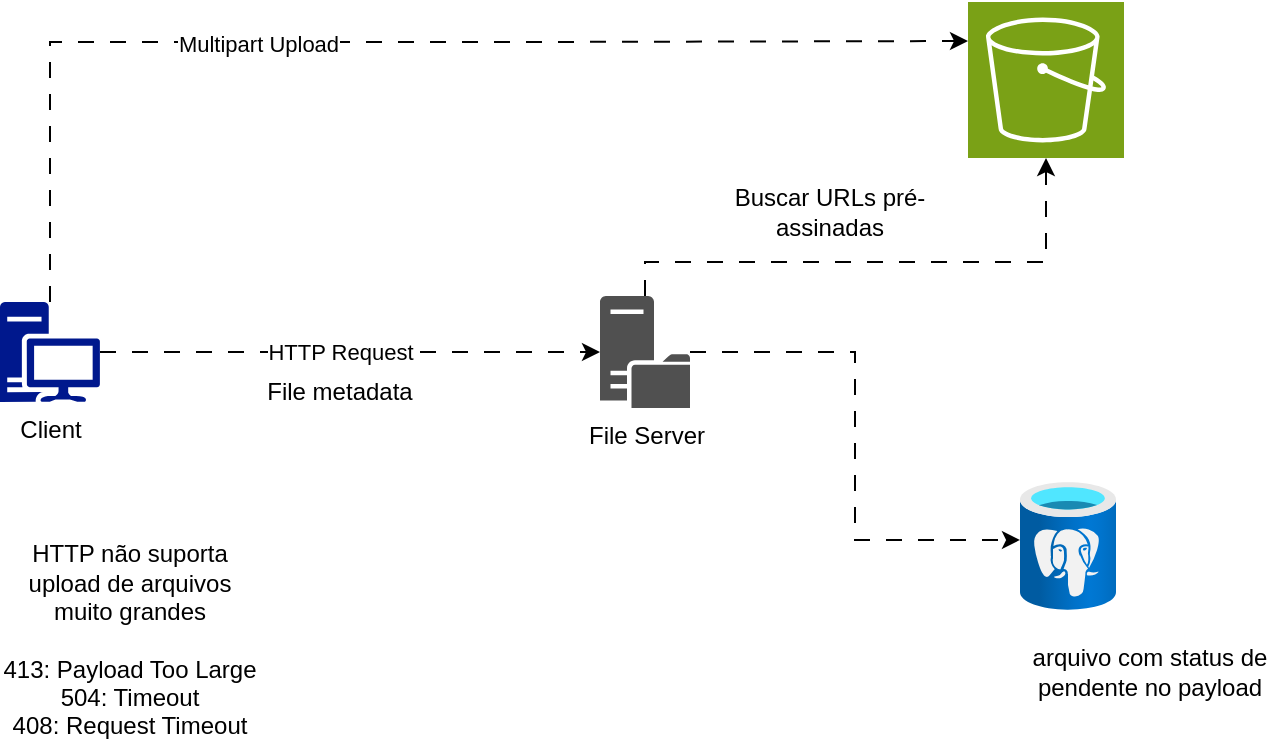
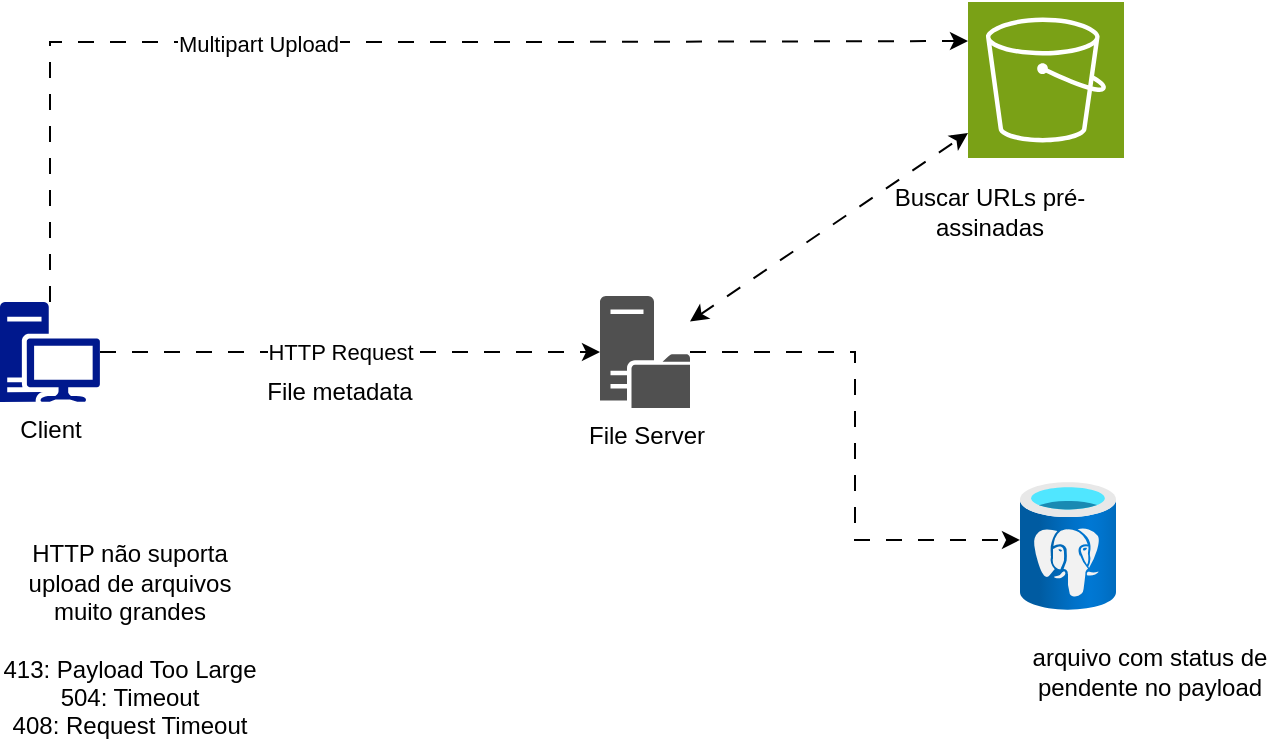
<mxfile host="app.diagrams.net">
  <diagram name="Página-1" id="4D3M8B96T3K3ZtQU1b3x">
    <mxGraphModel dx="1601" dy="1679" grid="1" gridSize="10" guides="1" tooltips="1" connect="1" arrows="1" fold="1" page="1" pageScale="1" pageWidth="827" pageHeight="1169" math="0" shadow="0">
      <root>
        <mxCell id="0" />
        <mxCell id="1" parent="0" />
        <mxCell id="fk9SJw6ftsK7bPstpn4Y-3" edge="1" parent="1" source="fk9SJw6ftsK7bPstpn4Y-1" style="edgeStyle=orthogonalEdgeStyle;rounded=0;orthogonalLoop=1;jettySize=auto;html=1;dashed=1;dashPattern=8 8;" target="fk9SJw6ftsK7bPstpn4Y-2">
          <mxGeometry relative="1" as="geometry" />
        </mxCell>
        <mxCell id="fk9SJw6ftsK7bPstpn4Y-6" connectable="0" parent="fk9SJw6ftsK7bPstpn4Y-3" style="edgeLabel;html=1;align=center;verticalAlign=middle;resizable=0;points=[];" value="HTTP Request" vertex="1">
          <mxGeometry relative="1" x="-0.288" as="geometry">
            <mxPoint x="31" as="offset" />
          </mxGeometry>
        </mxCell>
        <mxCell id="fk9SJw6ftsK7bPstpn4Y-1" parent="1" style="sketch=0;aspect=fixed;pointerEvents=1;shadow=0;dashed=0;html=1;strokeColor=none;labelPosition=center;verticalLabelPosition=bottom;verticalAlign=top;align=center;fillColor=#00188D;shape=mxgraph.mscae.enterprise.workstation_client" value="Client" vertex="1">
          <mxGeometry height="50" width="50" x="-70" y="90" as="geometry" />
-         </mxCell>
-         <mxCell id="fk9SJw6ftsK7bPstpn4Y-5" edge="1" parent="1" source="fk9SJw6ftsK7bPstpn4Y-2" style="edgeStyle=orthogonalEdgeStyle;rounded=0;orthogonalLoop=1;jettySize=auto;html=1;dashed=1;dashPattern=8 8;" target="fk9SJw6ftsK7bPstpn4Y-4">
-           <mxGeometry relative="1" as="geometry">
-             <Array as="points">
-               <mxPoint x="253" y="70" />
-               <mxPoint x="453" y="70" />
-             </Array>
-           </mxGeometry>
        </mxCell>
        <mxCell id="fk9SJw6ftsK7bPstpn4Y-2" parent="1" style="sketch=0;pointerEvents=1;shadow=0;dashed=0;html=1;strokeColor=none;fillColor=#505050;labelPosition=center;verticalLabelPosition=bottom;verticalAlign=top;outlineConnect=0;align=center;shape=mxgraph.office.servers.file_server;" value="File Server" vertex="1">
          <mxGeometry height="56" width="45" x="230" y="87" as="geometry" />
        </mxCell>
        <mxCell id="fk9SJw6ftsK7bPstpn4Y-4" parent="1" style="sketch=0;points=[[0,0,0],[0.25,0,0],[0.5,0,0],[0.75,0,0],[1,0,0],[0,1,0],[0.25,1,0],[0.5,1,0],[0.75,1,0],[1,1,0],[0,0.25,0],[0,0.5,0],[0,0.75,0],[1,0.25,0],[1,0.5,0],[1,0.75,0]];outlineConnect=0;fontColor=#232F3E;fillColor=#7AA116;strokeColor=#ffffff;dashed=0;verticalLabelPosition=bottom;verticalAlign=top;align=center;html=1;fontSize=12;fontStyle=0;aspect=fixed;shape=mxgraph.aws4.resourceIcon;resIcon=mxgraph.aws4.s3;" value="" vertex="1">
          <mxGeometry height="78" width="78" x="414" y="-60" as="geometry" />
        </mxCell>
        <mxCell id="fk9SJw6ftsK7bPstpn4Y-7" parent="1" style="image;aspect=fixed;html=1;points=[];align=center;fontSize=12;image=img/lib/azure2/databases/Azure_Database_PostgreSQL_Server.svg;" value="" vertex="1">
          <mxGeometry height="64" width="48" x="440" y="180" as="geometry" />
        </mxCell>
        <mxCell id="fk9SJw6ftsK7bPstpn4Y-8" edge="1" parent="1" source="fk9SJw6ftsK7bPstpn4Y-2" style="edgeStyle=orthogonalEdgeStyle;rounded=0;orthogonalLoop=1;jettySize=auto;html=1;entryX=0;entryY=0.453;entryDx=0;entryDy=0;entryPerimeter=0;dashed=1;dashPattern=8 8;" target="fk9SJw6ftsK7bPstpn4Y-7">
          <mxGeometry relative="1" as="geometry" />
        </mxCell>
        <mxCell id="fk9SJw6ftsK7bPstpn4Y-13" parent="1" style="text;html=1;whiteSpace=wrap;strokeColor=none;fillColor=none;align=center;verticalAlign=middle;rounded=0;" value="HTTP não suporta upload de arquivos muito grandes&lt;div&gt;&lt;br&gt;&lt;/div&gt;&lt;div&gt;413: Payload Too Large&lt;div&gt;504: Timeout&lt;/div&gt;&lt;div&gt;408: Request Timeout&lt;/div&gt;&lt;/div&gt;" vertex="1">
          <mxGeometry height="30" width="130" x="-70" y="244" as="geometry" />
        </mxCell>
        <mxCell id="h8KboTeERqfswfNuPOU6-1" edge="1" parent="1" source="fk9SJw6ftsK7bPstpn4Y-1" style="edgeStyle=orthogonalEdgeStyle;rounded=0;orthogonalLoop=1;jettySize=auto;html=1;entryX=0;entryY=0.25;entryDx=0;entryDy=0;entryPerimeter=0;dashed=1;dashPattern=8 8;" target="fk9SJw6ftsK7bPstpn4Y-4">
          <mxGeometry relative="1" as="geometry">
            <Array as="points">
              <mxPoint x="-45" y="-40" />
              <mxPoint x="197" y="-40" />
            </Array>
          </mxGeometry>
        </mxCell>
        <mxCell id="h8KboTeERqfswfNuPOU6-2" connectable="0" parent="h8KboTeERqfswfNuPOU6-1" style="edgeLabel;html=1;align=center;verticalAlign=middle;resizable=0;points=[];" value="Multipart Upload" vertex="1">
          <mxGeometry relative="1" x="-0.2054" y="-1" as="geometry">
            <mxPoint as="offset" />
          </mxGeometry>
        </mxCell>
        <mxCell id="h8KboTeERqfswfNuPOU6-3" parent="1" style="text;html=1;whiteSpace=wrap;strokeColor=none;fillColor=none;align=center;verticalAlign=middle;rounded=0;" value="File metadata" vertex="1">
          <mxGeometry height="30" width="80" x="60" y="120" as="geometry" />
        </mxCell>
        <mxCell id="h8KboTeERqfswfNuPOU6-4" parent="1" style="text;html=1;whiteSpace=wrap;strokeColor=none;fillColor=none;align=center;verticalAlign=middle;rounded=0;" value="arquivo com status de pendente no payload" vertex="1">
          <mxGeometry height="30" width="130" x="440" y="260" as="geometry" />
        </mxCell>
        <mxCell id="h8KboTeERqfswfNuPOU6-5" parent="1" style="text;html=1;whiteSpace=wrap;strokeColor=none;fillColor=none;align=center;verticalAlign=middle;rounded=0;" value="Buscar URLs pré-assinadas" vertex="1">
-           <mxGeometry height="30" width="110" x="290" y="30" as="geometry" />
+           <mxGeometry height="30" width="110" x="370" y="30" as="geometry" />
+         </mxCell>
+         <mxCell id="h8KboTeERqfswfNuPOU6-6" edge="1" parent="1" source="fk9SJw6ftsK7bPstpn4Y-2" style="html=1;labelBackgroundColor=#ffffff;startArrow=classic;startFill=1;startSize=6;endArrow=classic;endFill=1;endSize=6;jettySize=auto;orthogonalLoop=1;strokeWidth=1;fontSize=14;rounded=0;dashed=1;dashPattern=8 8;" target="fk9SJw6ftsK7bPstpn4Y-4" value="">
+           <mxGeometry height="60" relative="1" width="60" as="geometry">
+             <mxPoint x="370" y="60" as="sourcePoint" />
+             <mxPoint x="430" as="targetPoint" />
+           </mxGeometry>
        </mxCell>
      </root>
    </mxGraphModel>
  </diagram>
</mxfile>
